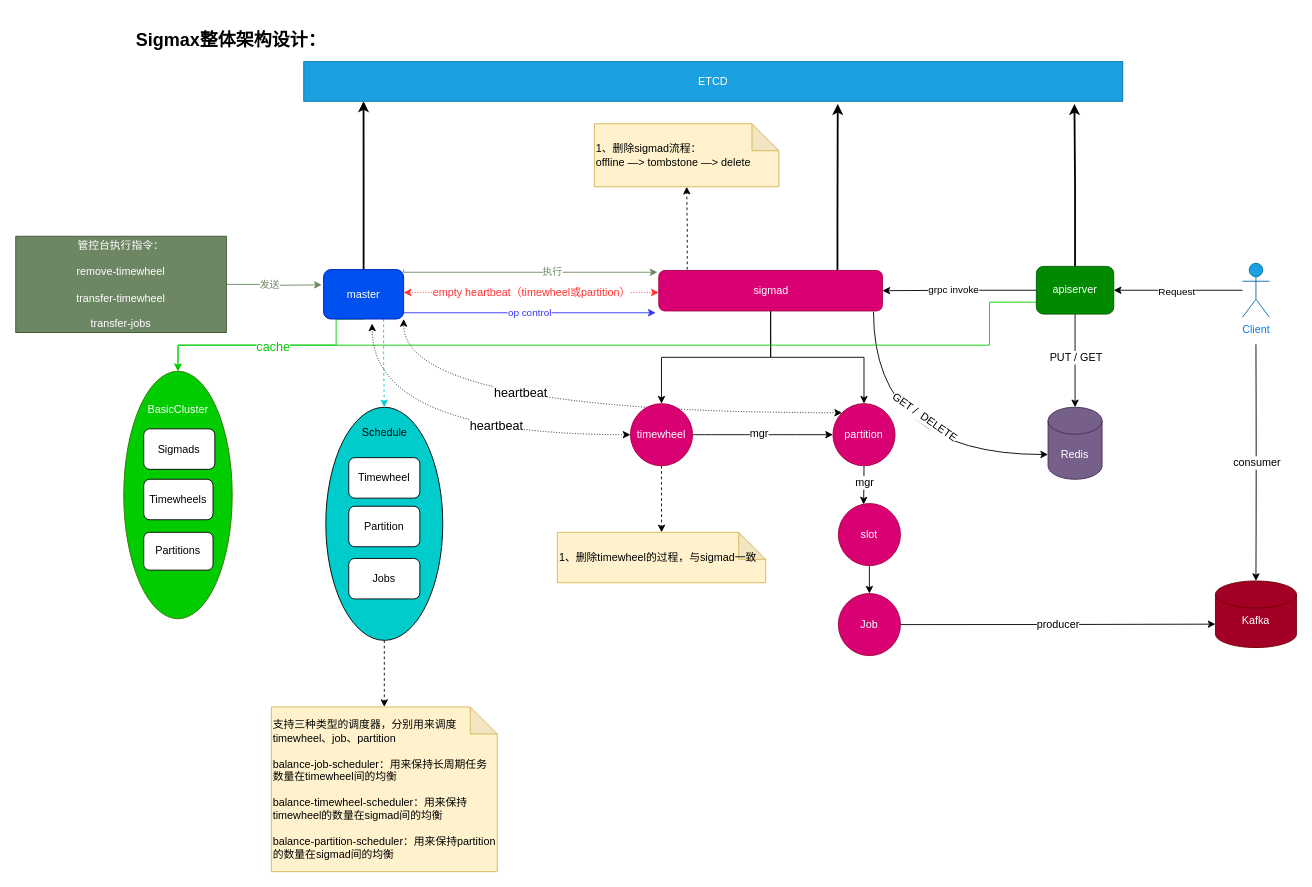
This is sigmax.drawio from gitcodeporter/draw-uml, a draw.io file, before an edit. Source tidied: cells renumbered, new cells numbered last; positions are measured from the earlier drawing's top-left corner, leaving out a move shared by most shapes. Both pictures are drawn from the tidied source at 90%, with x=0, y=0 at pixel (15, 15).
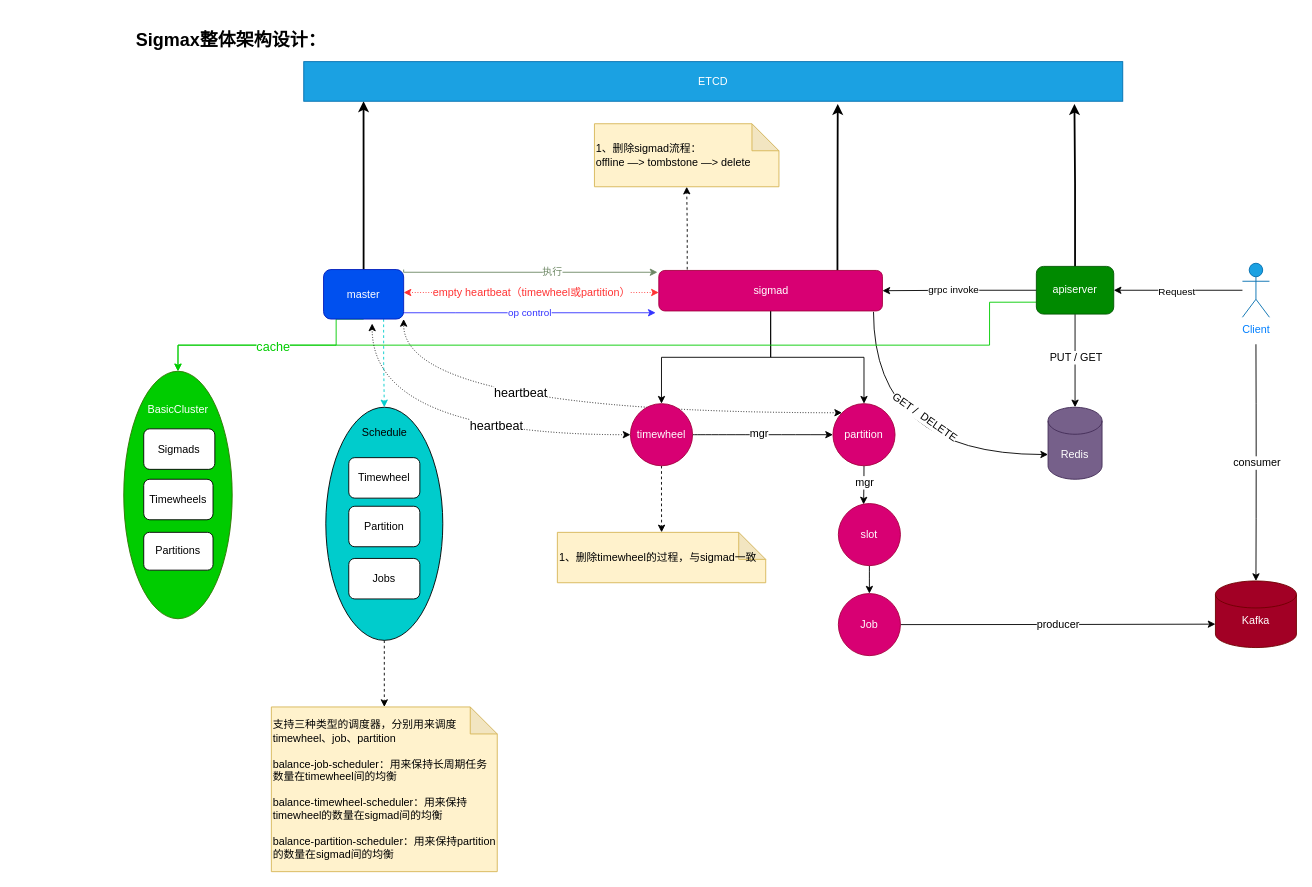
Above is the later version.

Change to the diagram source:
```diff
@@
-    <mxCell id="37" style="edgeStyle=orthogonalEdgeStyle;rounded=0;jettySize=auto;html=1;strokeColor=#6D8764;" parent="1" edge="1" source="39">
-      <mxGeometry relative="1" as="geometry">
-        <mxPoint x="340" y="299" as="targetPoint" />
-      </mxGeometry>
-    </mxCell>
-    <mxCell id="38" value="发送" style="edgeLabel;html=1;align=center;verticalAlign=middle;fontColor=#6D8764;" parent="37" vertex="1">
-      <mxGeometry x="-0.12" relative="1" as="geometry" />
-    </mxCell>
-    <mxCell id="39" value="管控台执行指令：&lt;br&gt;&lt;br&gt;remove-timewheel&lt;br&gt;&lt;br&gt;transfer-timewheel&lt;br&gt;&lt;br&gt;transfer-jobs" style="rounded=0;whiteSpace=wrap;html=1;strokeColor=#3A5431;fontColor=#ffffff;fillColor=#6D8764;" parent="1" vertex="1">
-      <mxGeometry y="245" width="234" height="107" as="geometry" />
-    </mxCell>
```
